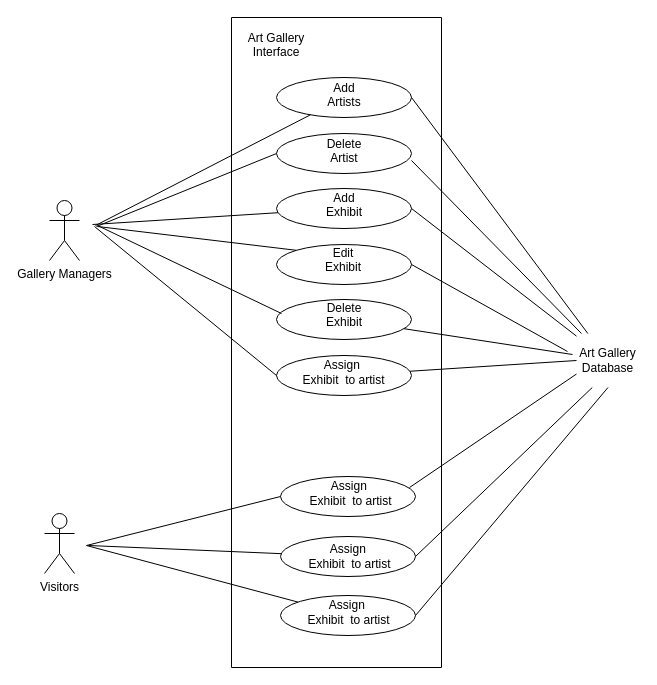
Above: Use_Case_Diagram.drawio in nwmclaren/CC_Project_1_Diagrams (draw.io), before the change. Source tidied: cells renumbered, new cells numbered last; positions are measured from the earlier drawing's top-left corner, leaving out a move shared by most shapes. Both pictures are drawn from the tidied source at 100%, with x=0, y=0 at pixel (44, 17).
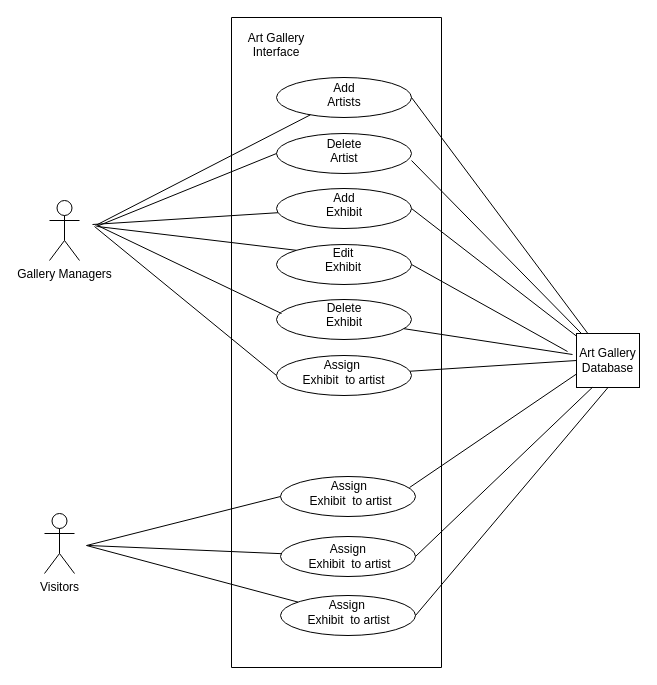
Above is the later version.

Diff of the diagram source:
```diff
@@
-    <mxCell id="24" value="Art Gallery&lt;br&gt;Database&lt;br&gt;" style="text;html=1;strokeColor=none;fillColor=none;align=center;verticalAlign=middle;whiteSpace=wrap;rounded=0;" parent="1" vertex="1">
+    <mxCell id="24" value="Art Gallery&lt;br&gt;Database&lt;br&gt;" style="text;html=1;strokeColor=#000000;fillColor=none;align=center;verticalAlign=middle;whiteSpace=wrap;rounded=0;" parent="1" vertex="1">
       <mxGeometry x="532" y="316" width="63" height="54" as="geometry" />
     </mxCell>
```
